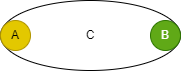
Earlier version of the draw.io export Language/png/Seq5.dio.png (DualsoftDev/ds). Source tidied: cells renumbered, new cells last; positions are measured from the earlier drawing's top-left corner, leaving out a move shared by most shapes.
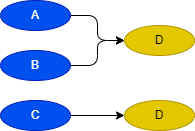
The same diagram one commit later.

What changed in the source:
```diff
@@ -2,14 +2,29 @@
   <root>
     <mxCell id="0" />
     <mxCell id="1" parent="0" />
-    <mxCell id="2" value="C" style="ellipse;whiteSpace=wrap;html=1;" parent="1" vertex="1">
-      <mxGeometry width="180" height="70" as="geometry" />
+    <mxCell id="2" style="edgeStyle=orthogonalEdgeStyle;html=1;exitX=1;exitY=0.5;exitDx=0;exitDy=0;entryX=0;entryY=0.5;entryDx=0;entryDy=0;" parent="1" edge="1" source="5" target="8">
+      <mxGeometry relative="1" as="geometry" />
     </mxCell>
+    <mxCell id="5" value="A" style="ellipse;whiteSpace=wrap;html=1;fillColor=#0050ef;fontColor=#ffffff;strokeColor=#001DBC;" parent="1" vertex="1">
+      <mxGeometry x="20" y="-50" width="70" height="30" as="geometry" />
+    </mxCell>
-    <mxCell id="3" value="A" style="ellipse;whiteSpace=wrap;html=1;fillColor=#e3c800;fontColor=#000000;strokeColor=#B09500;" parent="1" vertex="1">
-      <mxGeometry y="20" width="30" height="30" as="geometry" />
+    <mxCell id="3" style="edgeStyle=orthogonalEdgeStyle;html=1;exitX=1;exitY=0.5;exitDx=0;exitDy=0;entryX=0;entryY=0.5;entryDx=0;entryDy=0;" parent="1" edge="1" source="6" target="9">
+      <mxGeometry relative="1" as="geometry" />
     </mxCell>
+    <mxCell id="6" value="C" style="ellipse;whiteSpace=wrap;html=1;fillColor=#0050ef;fontColor=#ffffff;strokeColor=#001DBC;" parent="1" vertex="1">
+      <mxGeometry x="20" y="50" width="70" height="30" as="geometry" />
+    </mxCell>
-    <mxCell id="4" value="B" style="ellipse;whiteSpace=wrap;html=1;fillColor=#60a917;fontColor=#ffffff;strokeColor=#2D7600;" parent="1" vertex="1">
-      <mxGeometry x="150" y="20" width="30" height="30" as="geometry" />
+    <mxCell id="4" style="edgeStyle=orthogonalEdgeStyle;html=1;exitX=1;exitY=0.5;exitDx=0;exitDy=0;entryX=0;entryY=0.5;entryDx=0;entryDy=0;" parent="1" edge="1" source="7" target="8">
+      <mxGeometry relative="1" as="geometry" />
     </mxCell>
+    <mxCell id="7" value="B" style="ellipse;whiteSpace=wrap;html=1;fillColor=#0050ef;fontColor=#ffffff;strokeColor=#001DBC;" parent="1" vertex="1">
+      <mxGeometry x="20" width="70" height="30" as="geometry" />
+    </mxCell>
+    <mxCell id="8" value="D" style="ellipse;whiteSpace=wrap;html=1;fillColor=#e3c800;fontColor=#000000;strokeColor=#B09500;" parent="1" vertex="1">
+      <mxGeometry x="144" y="-25" width="70" height="30" as="geometry" />
+    </mxCell>
+    <mxCell id="9" value="D" style="ellipse;whiteSpace=wrap;html=1;fillColor=#e3c800;fontColor=#000000;strokeColor=#B09500;" parent="1" vertex="1">
+      <mxGeometry x="144" y="50" width="70" height="30" as="geometry" />
+    </mxCell>
   </root>
 </mxGraphModel>
```
